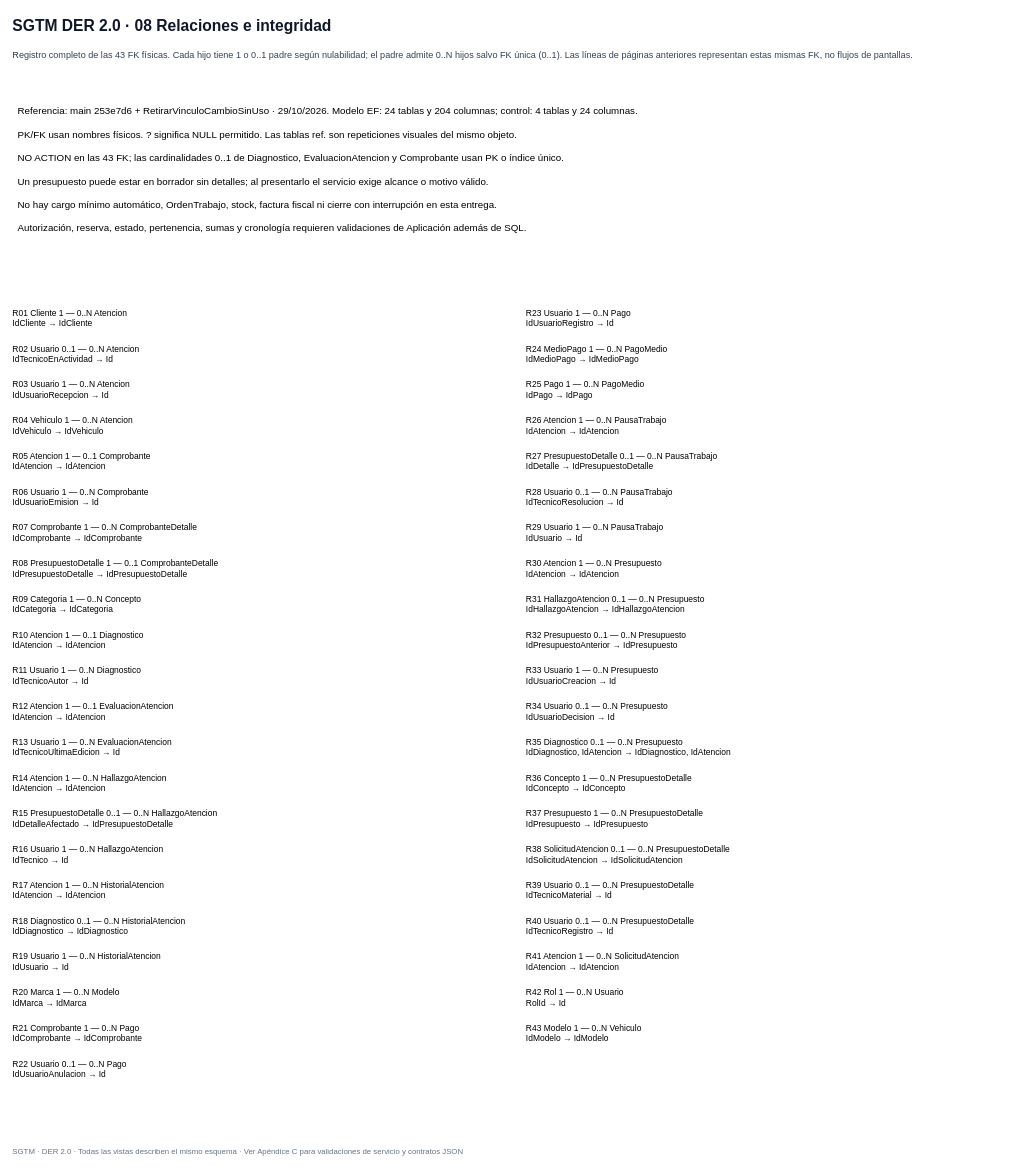
Earlier version of the draw.io diagram page "08 Relaciones e integridad" (8 of 8) of docs/diagramas/DER-SGTM-v2.0.drawio (EnriqueRTG/taller-mecanico). Source tidied: cells renumbered, new cells numbered last; positions are measured from the earlier drawing's top-left corner, leaving out a move shared by most shapes. Both pictures are drawn from the tidied source at 65%, with x=0, y=0 at pixel (11, 11).
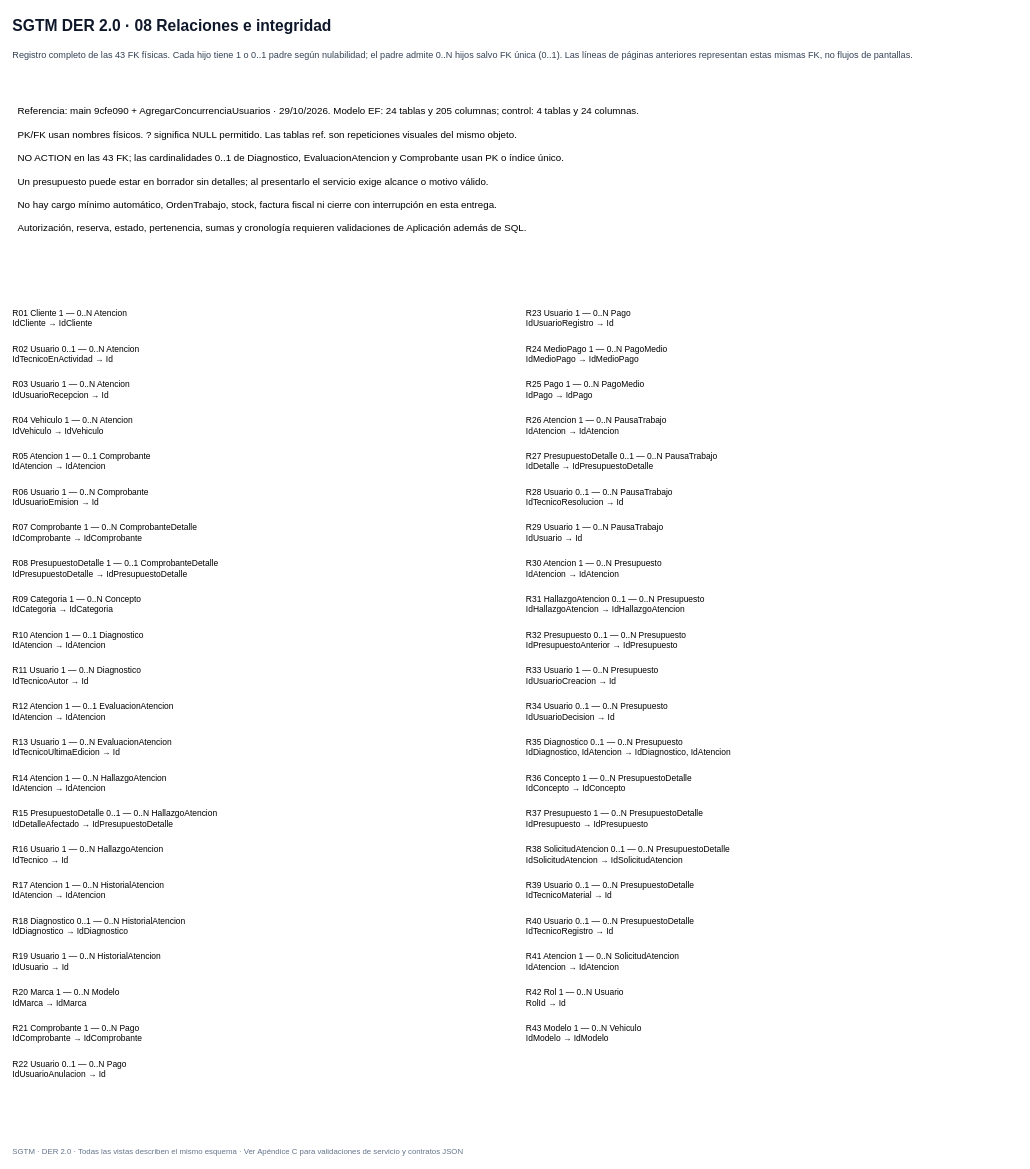
After the change.

The edit, as a diff of the source:
```diff
@@
-    <mxCell id="4" value="Referencia: main 253e7d6 + RetirarVinculoCambioSinUso · 29/10/2026. Modelo EF: 24 tablas y 204 columnas; control: 4 tablas y 24 columnas.&#10;&#10;PK/FK usan nombres físicos. ? significa NULL permitido. Las tablas ref. son repeticiones visuales del mismo objeto.&#10;&#10;NO ACTION en las 43 FK; las cardinalidades 0..1 de Diagnostico, EvaluacionAtencion y Comprobante usan PK o índice único.&#10;&#10;Un presupuesto puede estar en borrador sin detalles; al presentarlo el servicio exige alcance o motivo válido.&#10;&#10;No hay cargo mínimo automático, OrdenTrabajo, stock, factura fiscal ni cierre con interrupción en esta entrega.&#10;&#10;Autorización, reserva, estado, pertenencia, sumas y cronología requieren validaciones de Aplicación además de SQL." style="text;html=0;align=left;verticalAlign=top;whiteSpace=wrap;fontSize=15;spacing=10;" parent="1" vertex="1">
+    <mxCell id="4" value="Referencia: main 9cfe090 + AgregarConcurrenciaUsuarios · 29/10/2026. Modelo EF: 24 tablas y 205 columnas; control: 4 tablas y 24 columnas.&#10;&#10;PK/FK usan nombres físicos. ? significa NULL permitido. Las tablas ref. son repeticiones visuales del mismo objeto.&#10;&#10;NO ACTION en las 43 FK; las cardinalidades 0..1 de Diagnostico, EvaluacionAtencion y Comprobante usan PK o índice único.&#10;&#10;Un presupuesto puede estar en borrador sin detalles; al presentarlo el servicio exige alcance o motivo válido.&#10;&#10;No hay cargo mínimo automático, OrdenTrabajo, stock, factura fiscal ni cierre con interrupción en esta entrega.&#10;&#10;Autorización, reserva, estado, pertenencia, sumas y cronología requieren validaciones de Aplicación además de SQL." style="text;html=0;align=left;verticalAlign=top;whiteSpace=wrap;fontSize=15;spacing=10;" parent="1" vertex="1">
       <mxGeometry y="130" width="1500" height="285" as="geometry" />
     </mxCell>
```
